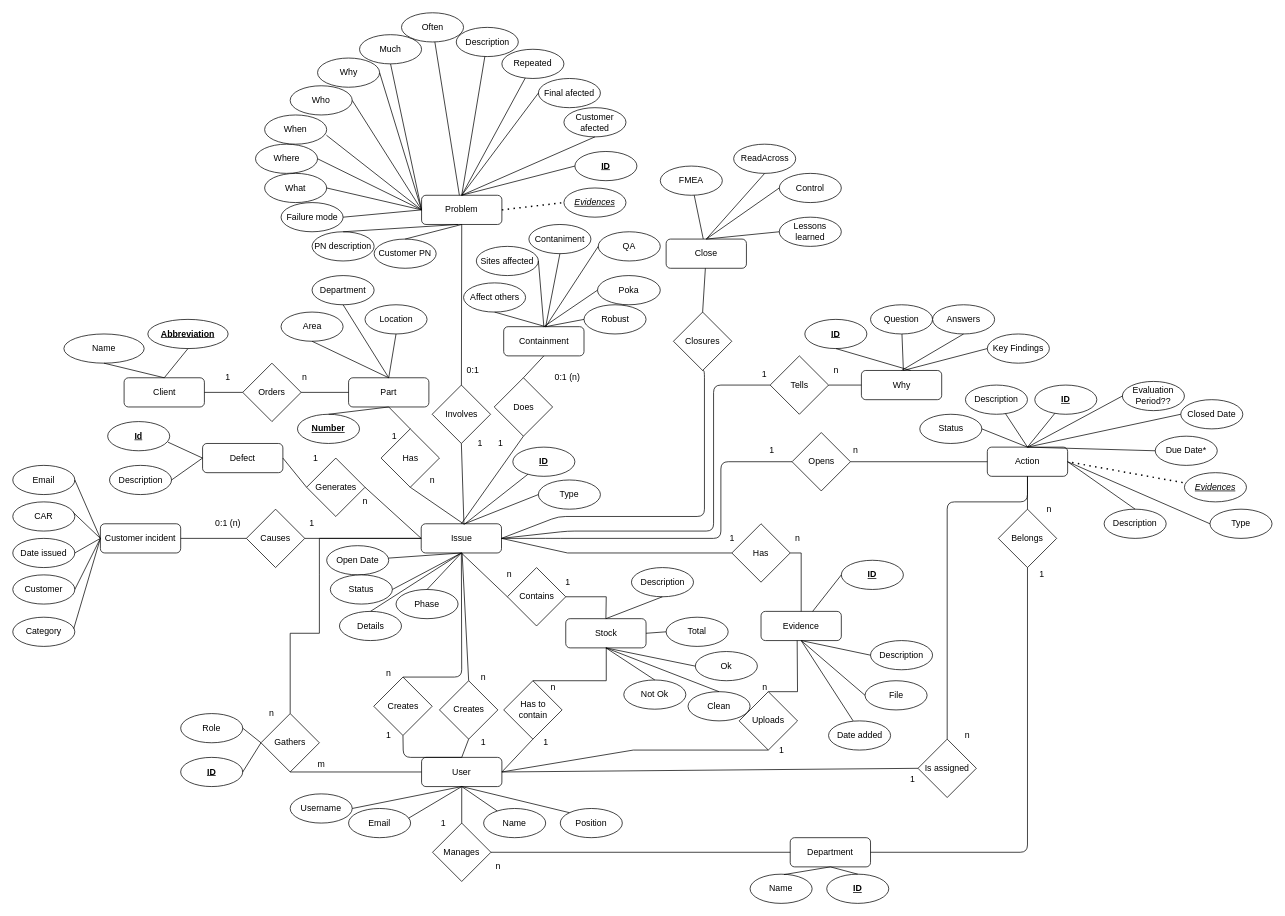
Earlier version of the draw.io diagram api/db/model/EntityRelationshipDiagram.drawio (FFahrenheit/ScrapActionListAPI). Source tidied: cells renumbered, new cells numbered last; positions are measured from the earlier drawing's top-left corner, leaving out a move shared by most shapes. Both pictures are drawn from the tidied source at 73%, with x=0, y=0 at pixel (12, 12).
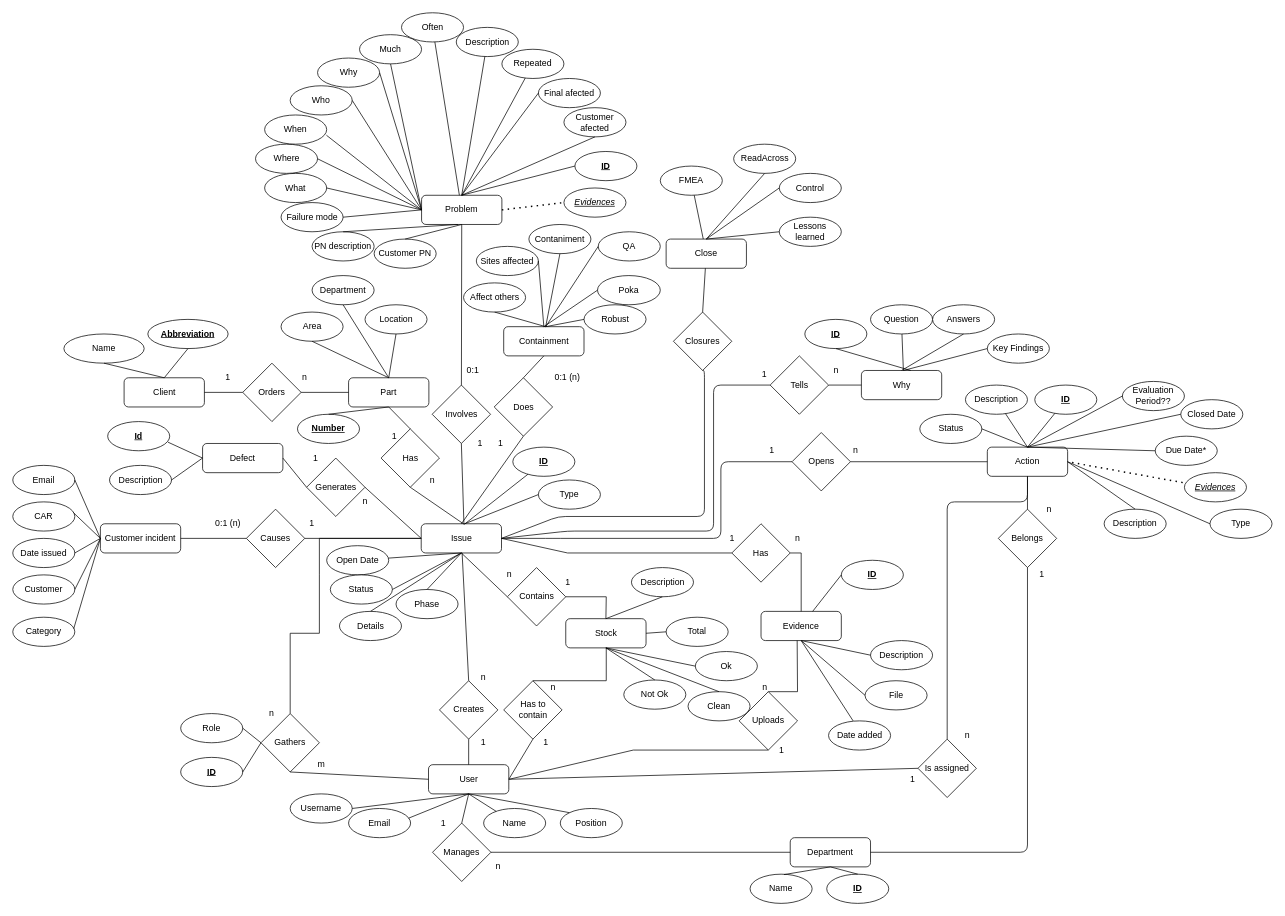
The same diagram, later.

Unchanged cells that the change refers to:
```xml
<mxCell id="22" value="Issue" style="rounded=1;whiteSpace=wrap;html=1;" parent="1" vertex="1">
  <mxGeometry x="559.5" y="700" width="110" height="40" as="geometry" />
</mxCell>
<mxCell id="167" value="Uploads" style="rhombus;whiteSpace=wrap;html=1;" parent="1" vertex="1">
  <mxGeometry x="995" y="930" width="80" height="80" as="geometry" />
</mxCell>
```

What changed in the source:
```diff
@@
     <mxCell id="35" value="User" style="rounded=1;whiteSpace=wrap;html=1;" parent="1" vertex="1">
-      <mxGeometry x="560" y="1020" width="110" height="40" as="geometry" />
+      <mxGeometry x="569.5" y="1030" width="110" height="40" as="geometry" />
     </mxCell>
-    <mxCell id="36" value="Creates" style="rhombus;whiteSpace=wrap;html=1;" parent="1" vertex="1">
-      <mxGeometry x="494.5" y="910" width="80" height="80" as="geometry" />
-    </mxCell>
-    <mxCell id="37" style="endArrow=none;html=1;entryX=0.5;entryY=1;entryDx=0;entryDy=0;exitX=0.5;exitY=0;exitDx=0;exitDy=0;" parent="1" edge="1" source="35" target="36">
-      <mxGeometry relative="1" as="geometry">
-        <Array as="points">
-          <mxPoint x="535" y="1020" />
-        </Array>
-      </mxGeometry>
-    </mxCell>
-    <mxCell id="38" style="endArrow=none;html=1;entryX=0.5;entryY=1;entryDx=0;entryDy=0;exitX=0.5;exitY=0;exitDx=0;exitDy=0;" parent="1" edge="1" source="36" target="22">
-      <mxGeometry relative="1" as="geometry">
-        <Array as="points">
-          <mxPoint x="615" y="910" />
-        </Array>
-      </mxGeometry>
-    </mxCell>
@@
-    <mxCell id="41" value="n" style="text;html=1;strokeColor=none;fillColor=none;align=center;verticalAlign=middle;whiteSpace=wrap;rounded=0;" parent="1" vertex="1">
-      <mxGeometry x="495" y="895" width="40" height="20" as="geometry" />
-    </mxCell>
-    <mxCell id="42" value="1" style="text;html=1;strokeColor=none;fillColor=none;align=center;verticalAlign=middle;whiteSpace=wrap;rounded=0;" parent="1" vertex="1">
-      <mxGeometry x="494.5" y="980" width="40" height="20" as="geometry" />
-    </mxCell>
@@
     <mxCell id="168" style="endArrow=none;html=1;rounded=0;entryX=0.5;entryY=1;entryDx=0;entryDy=0;" parent="1" edge="1" target="167">
       <mxGeometry relative="1" as="geometry">
-        <mxPoint x="670" y="1040" as="sourcePoint" />
+        <mxPoint x="680" y="1050" as="sourcePoint" />
         <Array as="points">
           <mxPoint x="850" y="1010" />
         </Array>
       </mxGeometry>
     </mxCell>
```
